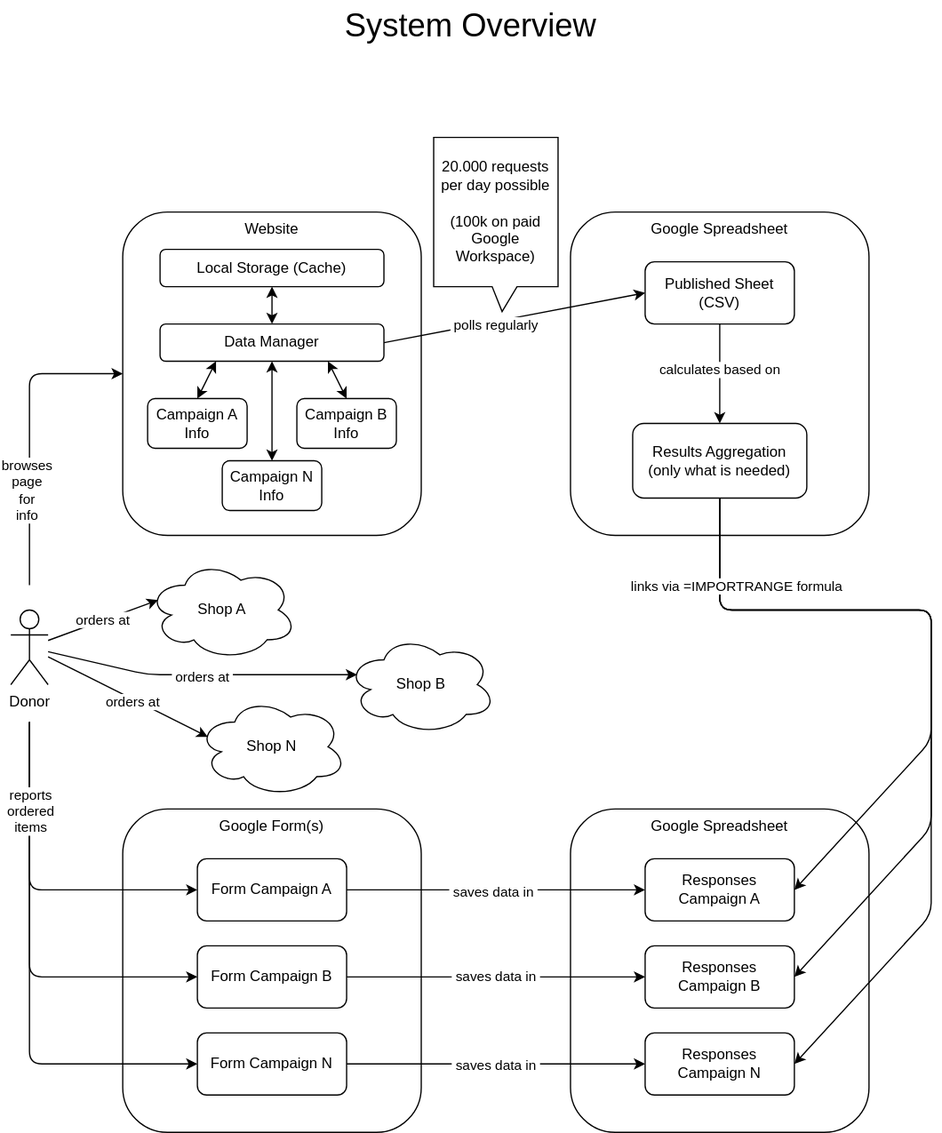
Earlier version of the draw.io export documentation/overview.svg (ManuelFeller/simple-donation-website). Source tidied: cells renumbered, new cells last; positions are measured from the earlier drawing's top-left corner, leaving out a move shared by most shapes.
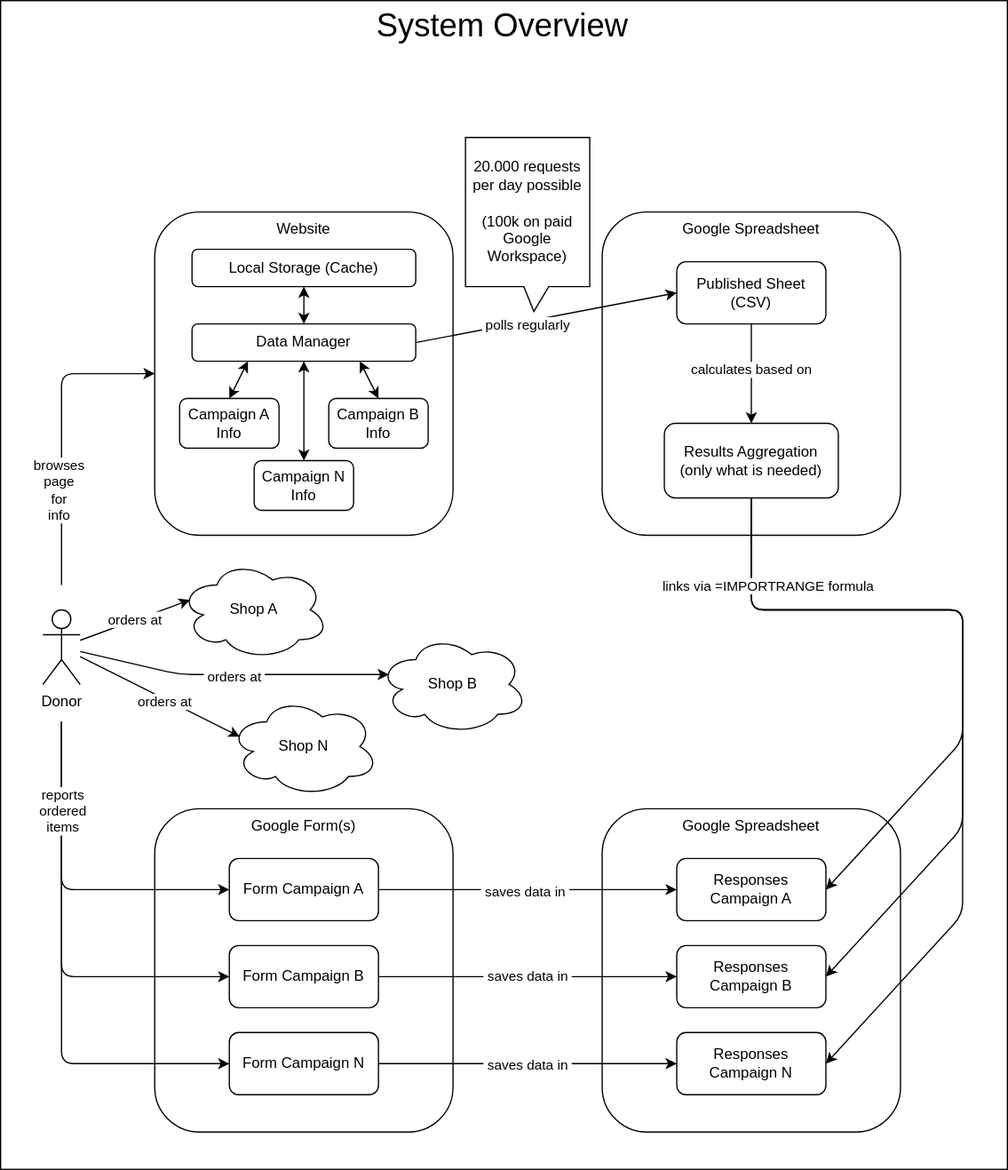
Above is the later version.

Commit message:
adding a background for better readability

Diff of the diagram source:
```diff
@@ -2,6 +2,9 @@
   <root>
     <mxCell id="0" />
     <mxCell id="1" parent="0" />
+    <mxCell id="53" style="rounded=0;whiteSpace=wrap;html=1;" parent="1" vertex="1">
+      <mxGeometry x="-34" width="810" height="940" as="geometry" />
+    </mxCell>
     <mxCell id="2" value="Website" style="rounded=1;whiteSpace=wrap;html=1;verticalAlign=top;" parent="1" vertex="1">
       <mxGeometry x="90" y="170" width="240" height="260" as="geometry" />
     </mxCell>
```
